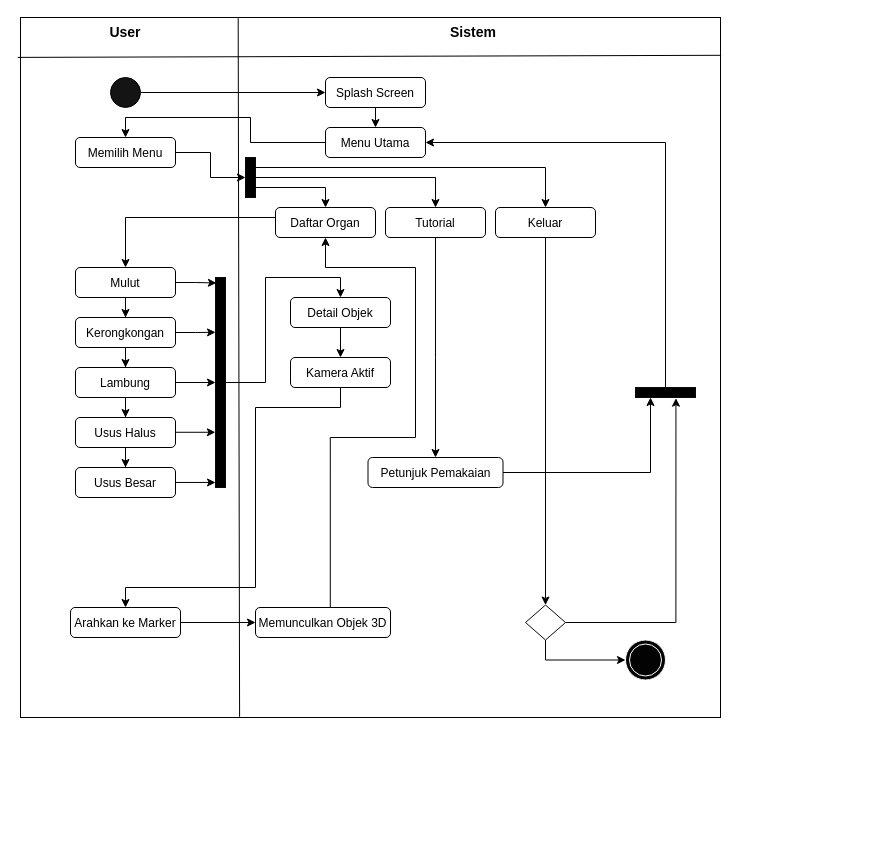
Above: page "Page-3" (3 of 4) of Flowchart penelitian.drawio in matakridha/Teori_WEB (draw.io), before the change. Source tidied: cells renumbered, new cells numbered last; positions are measured from the earlier drawing's top-left corner, leaving out a move shared by most shapes. Both pictures are drawn from the tidied source at 100%, with x=0, y=0 at pixel (20, 17).
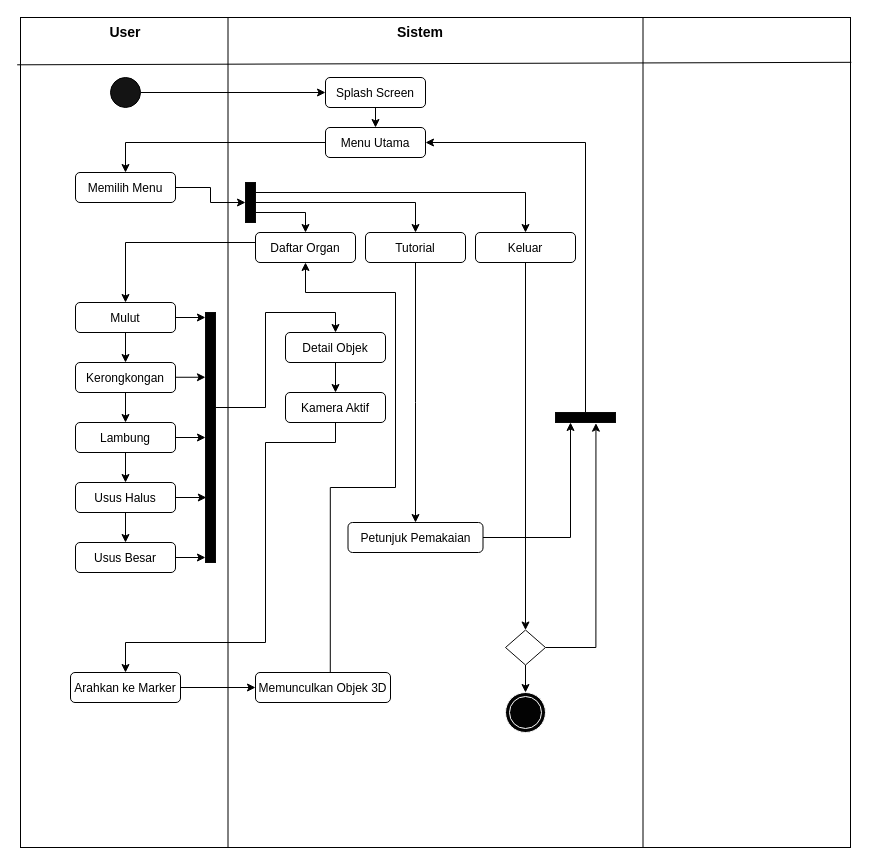
Above is the later version.

Unchanged cells that the change refers to:
```xml
<mxCell id="12" value="&lt;font style=&quot;font-size: 12px&quot;&gt;Menu Utama&lt;/font&gt;" style="rounded=1;whiteSpace=wrap;html=1;fontSize=14;fillColor=#FFFFFF;" parent="1" vertex="1">
  <mxGeometry x="305" y="110" width="100" height="30" as="geometry" />
</mxCell>
```

Change to the diagram source:
```diff
@@
     <mxCell id="2" style="whiteSpace=wrap;html=1;" parent="1" vertex="1">
-      <mxGeometry width="700" height="700" as="geometry" />
+      <mxGeometry width="830" height="830" as="geometry" />
     </mxCell>
@@
-    <mxCell id="4" style="endArrow=none;html=1;rounded=0;entryX=0.311;entryY=0.001;entryDx=0;entryDy=0;entryPerimeter=0;exitX=0.313;exitY=0.999;exitDx=0;exitDy=0;exitPerimeter=0;" parent="1" edge="1" source="2" target="2">
+    <mxCell id="4" style="endArrow=none;html=1;rounded=0;entryX=0.25;entryY=0;entryDx=0;entryDy=0;exitX=0.25;exitY=1;exitDx=0;exitDy=0;" parent="1" edge="1" source="2" target="2">
       <mxGeometry relative="1" as="geometry" />
     </mxCell>
@@
     <mxCell id="6" value="Sistem" style="text;html=1;strokeColor=none;fillColor=none;align=center;verticalAlign=middle;whiteSpace=wrap;rounded=0;fontSize=14;fontStyle=1;" parent="1" vertex="1">
-      <mxGeometry x="422.5" width="60" height="30" as="geometry" />
+      <mxGeometry x="370" width="60" height="30" as="geometry" />
     </mxCell>
@@
     <mxCell id="13" style="edgeStyle=orthogonalEdgeStyle;rounded=0;jettySize=auto;html=1;entryX=0.5;entryY=0;entryDx=0;entryDy=0;fontSize=12;" parent="1" edge="1" source="14" target="20">
       <mxGeometry relative="1" as="geometry">
         <Array as="points">
-          <mxPoint x="335" y="200" />
-          <mxPoint x="105" y="200" />
+          <mxPoint x="335" y="225" />
+          <mxPoint x="105" y="225" />
         </Array>
       </mxGeometry>
     </mxCell>
     <mxCell id="14" value="&lt;font style=&quot;font-size: 12px&quot;&gt;Daftar Organ&lt;/font&gt;" style="rounded=1;whiteSpace=wrap;html=1;fontSize=14;fillColor=#FFFFFF;" parent="1" vertex="1">
-      <mxGeometry x="255" y="190" width="100" height="30" as="geometry" />
+      <mxGeometry x="235" y="215" width="100" height="30" as="geometry" />
     </mxCell>
@@
     <mxCell id="16" value="&lt;font style=&quot;font-size: 12px&quot;&gt;Memilih Menu&lt;/font&gt;" style="rounded=1;whiteSpace=wrap;html=1;fontSize=14;fillColor=#FFFFFF;" parent="1" vertex="1">
-      <mxGeometry x="55" y="120" width="100" height="30" as="geometry" />
+      <mxGeometry x="55" y="155" width="100" height="30" as="geometry" />
     </mxCell>
@@
-    <mxCell id="19" style="edgeStyle=orthogonalEdgeStyle;rounded=0;jettySize=auto;html=1;entryX=0.091;entryY=0.026;entryDx=0;entryDy=0;entryPerimeter=0;fontSize=12;" parent="1" edge="1" source="20" target="45">
+    <mxCell id="19" style="edgeStyle=orthogonalEdgeStyle;rounded=0;jettySize=auto;html=1;entryX=-0.006;entryY=0.02;entryDx=0;entryDy=0;entryPerimeter=0;fontSize=12;" parent="1" edge="1" source="20" target="45">
       <mxGeometry relative="1" as="geometry" />
     </mxCell>
     <mxCell id="20" value="&lt;font style=&quot;font-size: 12px&quot;&gt;Mulut&lt;/font&gt;" style="rounded=1;whiteSpace=wrap;html=1;fontSize=14;fillColor=#FFFFFF;" parent="1" vertex="1">
-      <mxGeometry x="55" y="250" width="100" height="30" as="geometry" />
+      <mxGeometry x="55" y="285" width="100" height="30" as="geometry" />
     </mxCell>
@@
-    <mxCell id="22" style="edgeStyle=orthogonalEdgeStyle;rounded=0;jettySize=auto;html=1;entryX=0.004;entryY=0.261;entryDx=0;entryDy=0;fontSize=12;entryPerimeter=0;" parent="1" edge="1" source="23" target="45">
-      <mxGeometry relative="1" as="geometry" />
+    <mxCell id="22" style="edgeStyle=orthogonalEdgeStyle;rounded=0;jettySize=auto;html=1;entryX=-0.004;entryY=0.259;entryDx=0;entryDy=0;fontSize=12;entryPerimeter=0;" parent="1" edge="1" source="23" target="45">
+      <mxGeometry relative="1" as="geometry">
+        <Array as="points">
+          <mxPoint x="185" y="360" />
+        </Array>
+      </mxGeometry>
     </mxCell>
     <mxCell id="23" value="&lt;font style=&quot;font-size: 12px&quot;&gt;Kerongkongan&lt;/font&gt;" style="rounded=1;whiteSpace=wrap;html=1;fontSize=14;fillColor=#FFFFFF;" parent="1" vertex="1">
-      <mxGeometry x="55" y="300" width="100" height="30" as="geometry" />
+      <mxGeometry x="55" y="345" width="100" height="30" as="geometry" />
     </mxCell>
@@
     <mxCell id="26" value="&lt;span style=&quot;font-size: 12px&quot;&gt;Lambung&lt;/span&gt;" style="rounded=1;whiteSpace=wrap;html=1;fontSize=14;fillColor=#FFFFFF;" parent="1" vertex="1">
-      <mxGeometry x="55" y="350" width="100" height="30" as="geometry" />
+      <mxGeometry x="55" y="405" width="100" height="30" as="geometry" />
     </mxCell>
@@
-    <mxCell id="28" style="edgeStyle=orthogonalEdgeStyle;rounded=0;jettySize=auto;html=1;entryX=-0.013;entryY=0.737;entryDx=0;entryDy=0;fontSize=12;entryPerimeter=0;" parent="1" edge="1" source="29" target="45">
-      <mxGeometry relative="1" as="geometry">
-        <Array as="points">
-          <mxPoint x="195" y="415" />
-        </Array>
-      </mxGeometry>
+    <mxCell id="28" style="edgeStyle=orthogonalEdgeStyle;rounded=0;jettySize=auto;html=1;entryX=0.081;entryY=0.74;entryDx=0;entryDy=0;entryPerimeter=0;fontSize=9;" parent="1" edge="1" source="29" target="45">
+      <mxGeometry relative="1" as="geometry" />
     </mxCell>
     <mxCell id="29" value="&lt;span style=&quot;font-size: 12px&quot;&gt;Usus Halus&lt;/span&gt;" style="rounded=1;whiteSpace=wrap;html=1;fontSize=14;fillColor=#FFFFFF;" parent="1" vertex="1">
-      <mxGeometry x="55" y="400" width="100" height="30" as="geometry" />
+      <mxGeometry x="55" y="465" width="100" height="30" as="geometry" />
     </mxCell>
-    <mxCell id="30" style="edgeStyle=orthogonalEdgeStyle;rounded=0;jettySize=auto;html=1;entryX=0;entryY=0.976;entryDx=0;entryDy=0;entryPerimeter=0;fontSize=12;" parent="1" edge="1" source="31" target="45">
+    <mxCell id="30" style="edgeStyle=orthogonalEdgeStyle;rounded=0;jettySize=auto;html=1;entryX=-0.004;entryY=0.98;entryDx=0;entryDy=0;entryPerimeter=0;fontSize=12;" parent="1" edge="1" source="31" target="45">
       <mxGeometry relative="1" as="geometry" />
     </mxCell>
     <mxCell id="31" value="&lt;span style=&quot;font-size: 12px&quot;&gt;Usus Besar&lt;/span&gt;" style="rounded=1;whiteSpace=wrap;html=1;fontSize=14;fillColor=#FFFFFF;" parent="1" vertex="1">
-      <mxGeometry x="55" y="450" width="100" height="30" as="geometry" />
+      <mxGeometry x="55" y="525" width="100" height="30" as="geometry" />
     </mxCell>
     <mxCell id="32" style="edgeStyle=orthogonalEdgeStyle;rounded=0;jettySize=auto;html=1;entryX=0.5;entryY=0;entryDx=0;entryDy=0;fontSize=12;exitX=0.5;exitY=1;exitDx=0;exitDy=0;" parent="1" edge="1" source="33" target="35">
       <mxGeometry relative="1" as="geometry">
         <Array as="points">
-          <mxPoint x="320" y="390" />
-          <mxPoint x="235" y="390" />
-          <mxPoint x="235" y="570" />
-          <mxPoint x="105" y="570" />
+          <mxPoint x="315" y="425" />
+          <mxPoint x="245" y="425" />
+          <mxPoint x="245" y="625" />
+          <mxPoint x="105" y="625" />
         </Array>
       </mxGeometry>
     </mxCell>
     <mxCell id="33" value="&lt;font style=&quot;font-size: 12px&quot;&gt;Kamera Aktif&lt;/font&gt;" style="rounded=1;whiteSpace=wrap;html=1;fontSize=14;fillColor=#FFFFFF;" parent="1" vertex="1">
-      <mxGeometry x="270" y="340" width="100" height="30" as="geometry" />
+      <mxGeometry x="265" y="375" width="100" height="30" as="geometry" />
     </mxCell>
@@
     <mxCell id="35" value="&lt;span style=&quot;font-size: 12px&quot;&gt;Arahkan ke Marker&lt;/span&gt;" style="rounded=1;whiteSpace=wrap;html=1;fontSize=14;fillColor=#FFFFFF;" parent="1" vertex="1">
-      <mxGeometry x="50" y="590" width="110" height="30" as="geometry" />
+      <mxGeometry x="50" y="655" width="110" height="30" as="geometry" />
     </mxCell>
     <mxCell id="36" style="edgeStyle=orthogonalEdgeStyle;rounded=0;jettySize=auto;html=1;entryX=0.5;entryY=1;entryDx=0;entryDy=0;fontSize=12;exitX=0.554;exitY=0.044;exitDx=0;exitDy=0;exitPerimeter=0;" parent="1" edge="1" source="37" target="14">
       <mxGeometry relative="1" as="geometry">
         <Array as="points">
-          <mxPoint x="310" y="420" />
-          <mxPoint x="395" y="420" />
-          <mxPoint x="395" y="250" />
-          <mxPoint x="305" y="250" />
+          <mxPoint x="310" y="470" />
+          <mxPoint x="375" y="470" />
+          <mxPoint x="375" y="275" />
+          <mxPoint x="285" y="275" />
         </Array>
       </mxGeometry>
     </mxCell>
     <mxCell id="37" value="&lt;font style=&quot;font-size: 12px&quot;&gt;Memunculkan Objek 3D&lt;/font&gt;" style="rounded=1;whiteSpace=wrap;html=1;fontSize=14;fillColor=#FFFFFF;" parent="1" vertex="1">
-      <mxGeometry x="235" y="590" width="135" height="30" as="geometry" />
+      <mxGeometry x="235" y="655" width="135" height="30" as="geometry" />
     </mxCell>
@@
     <mxCell id="39" value="&lt;font style=&quot;font-size: 12px&quot;&gt;Petunjuk Pemakaian&lt;/font&gt;" style="rounded=1;whiteSpace=wrap;html=1;fontSize=14;fillColor=#FFFFFF;" parent="1" vertex="1">
-      <mxGeometry x="347.5" y="440" width="135" height="30" as="geometry" />
+      <mxGeometry x="327.5" y="505" width="135" height="30" as="geometry" />
     </mxCell>
     <mxCell id="40" style="ellipse;shape=doubleEllipse;whiteSpace=wrap;html=1;fontSize=12;fillColor=#030303;strokeColor=#FCFCFC;" parent="1" vertex="1">
-      <mxGeometry x="605" y="622.5" width="40" height="40" as="geometry" />
+      <mxGeometry x="485" y="675" width="40" height="40" as="geometry" />
     </mxCell>
@@
     <mxCell id="42" style="edgeStyle=orthogonalEdgeStyle;rounded=0;jettySize=auto;html=1;exitX=1;exitY=0.5;exitDx=0;exitDy=0;entryX=0.674;entryY=1.069;entryDx=0;entryDy=0;fontSize=12;entryPerimeter=0;" parent="1" edge="1" source="43" target="47">
       <mxGeometry relative="1" as="geometry">
         <Array as="points">
-          <mxPoint x="655" y="605" />
-          <mxPoint x="655" y="381" />
+          <mxPoint x="575" y="630" />
         </Array>
       </mxGeometry>
     </mxCell>
     <mxCell id="43" style="rhombus;whiteSpace=wrap;html=1;fontSize=12;strokeColor=#0A0A0A;fillColor=#FFFFFF;" parent="1" vertex="1">
-      <mxGeometry x="505" y="587.5" width="40" height="35" as="geometry" />
+      <mxGeometry x="485" y="612.5" width="40" height="35" as="geometry" />
     </mxCell>
     <mxCell id="44" style="edgeStyle=orthogonalEdgeStyle;rounded=0;jettySize=auto;html=1;fontSize=12;entryX=0.5;entryY=0;entryDx=0;entryDy=0;" parent="1" edge="1" source="45" target="57">
       <mxGeometry relative="1" as="geometry">
         <Array as="points">
-          <mxPoint x="245" y="365" />
-          <mxPoint x="245" y="260" />
-          <mxPoint x="320" y="260" />
+          <mxPoint x="245" y="390" />
+          <mxPoint x="245" y="295" />
+          <mxPoint x="315" y="295" />
         </Array>
       </mxGeometry>
     </mxCell>
     <mxCell id="45" style="rounded=0;whiteSpace=wrap;html=1;fontSize=12;strokeColor=#0A0A0A;fillColor=#000000;" parent="1" vertex="1">
-      <mxGeometry x="195" y="260" width="10" height="210" as="geometry" />
+      <mxGeometry x="185" y="295" width="10" height="250" as="geometry" />
     </mxCell>
-    <mxCell id="46" style="edgeStyle=orthogonalEdgeStyle;rounded=0;jettySize=auto;html=1;entryX=1;entryY=0.5;entryDx=0;entryDy=0;fontSize=12;" parent="1" edge="1" source="47" target="12">
+    <mxCell id="46" style="edgeStyle=orthogonalEdgeStyle;rounded=0;jettySize=auto;html=1;fontSize=12;entryX=1;entryY=0.5;entryDx=0;entryDy=0;" parent="1" edge="1" source="47" target="12">
       <mxGeometry relative="1" as="geometry">
         <Array as="points">
-          <mxPoint x="645" y="125" />
+          <mxPoint x="565" y="125" />
         </Array>
       </mxGeometry>
     </mxCell>
     <mxCell id="47" style="rounded=0;whiteSpace=wrap;html=1;fontSize=12;strokeColor=#0A0A0A;fillColor=#000000;" parent="1" vertex="1">
-      <mxGeometry x="615" y="370" width="60" height="10" as="geometry" />
+      <mxGeometry x="535" y="395" width="60" height="10" as="geometry" />
     </mxCell>
     <mxCell id="48" style="edgeStyle=orthogonalEdgeStyle;rounded=0;jettySize=auto;html=1;exitX=0.5;exitY=1;exitDx=0;exitDy=0;" parent="1" edge="1" source="49" target="39">
       <mxGeometry relative="1" as="geometry">
         <Array as="points">
-          <mxPoint x="415" y="340" />
-          <mxPoint x="415" y="340" />
+          <mxPoint x="395" y="385" />
+          <mxPoint x="395" y="385" />
         </Array>
       </mxGeometry>
     </mxCell>
     <mxCell id="49" value="&lt;font style=&quot;font-size: 12px&quot;&gt;Tutorial&lt;/font&gt;" style="rounded=1;whiteSpace=wrap;html=1;fontSize=14;fillColor=#FFFFFF;" parent="1" vertex="1">
-      <mxGeometry x="365" y="190" width="100" height="30" as="geometry" />
+      <mxGeometry x="345" y="215" width="100" height="30" as="geometry" />
     </mxCell>
     <mxCell id="50" style="edgeStyle=orthogonalEdgeStyle;rounded=0;jettySize=auto;html=1;entryX=0.5;entryY=0;entryDx=0;entryDy=0;" parent="1" edge="1" source="51" target="43">
-      <mxGeometry relative="1" as="geometry" />
+      <mxGeometry relative="1" as="geometry">
+        <Array as="points">
+          <mxPoint x="505" y="613" />
+        </Array>
+      </mxGeometry>
     </mxCell>
     <mxCell id="51" value="&lt;font style=&quot;font-size: 12px&quot;&gt;Keluar&lt;/font&gt;" style="rounded=1;whiteSpace=wrap;html=1;fontSize=14;fillColor=#FFFFFF;" parent="1" vertex="1">
-      <mxGeometry x="475" y="190" width="100" height="30" as="geometry" />
+      <mxGeometry x="455" y="215" width="100" height="30" as="geometry" />
     </mxCell>
@@
     <mxCell id="55" style="rounded=0;whiteSpace=wrap;html=1;fontSize=12;strokeColor=#0A0A0A;fillColor=#000000;" parent="1" vertex="1">
-      <mxGeometry x="225" y="140" width="10" height="40" as="geometry" />
+      <mxGeometry x="225" y="165" width="10" height="40" as="geometry" />
     </mxCell>
@@
     <mxCell id="57" value="&lt;font style=&quot;font-size: 12px&quot;&gt;Detail Objek&lt;/font&gt;" style="rounded=1;whiteSpace=wrap;html=1;fontSize=14;fillColor=#FFFFFF;" parent="1" vertex="1">
-      <mxGeometry x="270" y="280" width="100" height="30" as="geometry" />
+      <mxGeometry x="265" y="315" width="100" height="30" as="geometry" />
     </mxCell>
+    <mxCell id="58" style="endArrow=none;html=1;rounded=0;fontSize=9;entryX=0.75;entryY=0;entryDx=0;entryDy=0;exitX=0.75;exitY=1;exitDx=0;exitDy=0;" parent="1" edge="1" source="2" target="2">
+      <mxGeometry relative="1" as="geometry" />
+    </mxCell>
```
